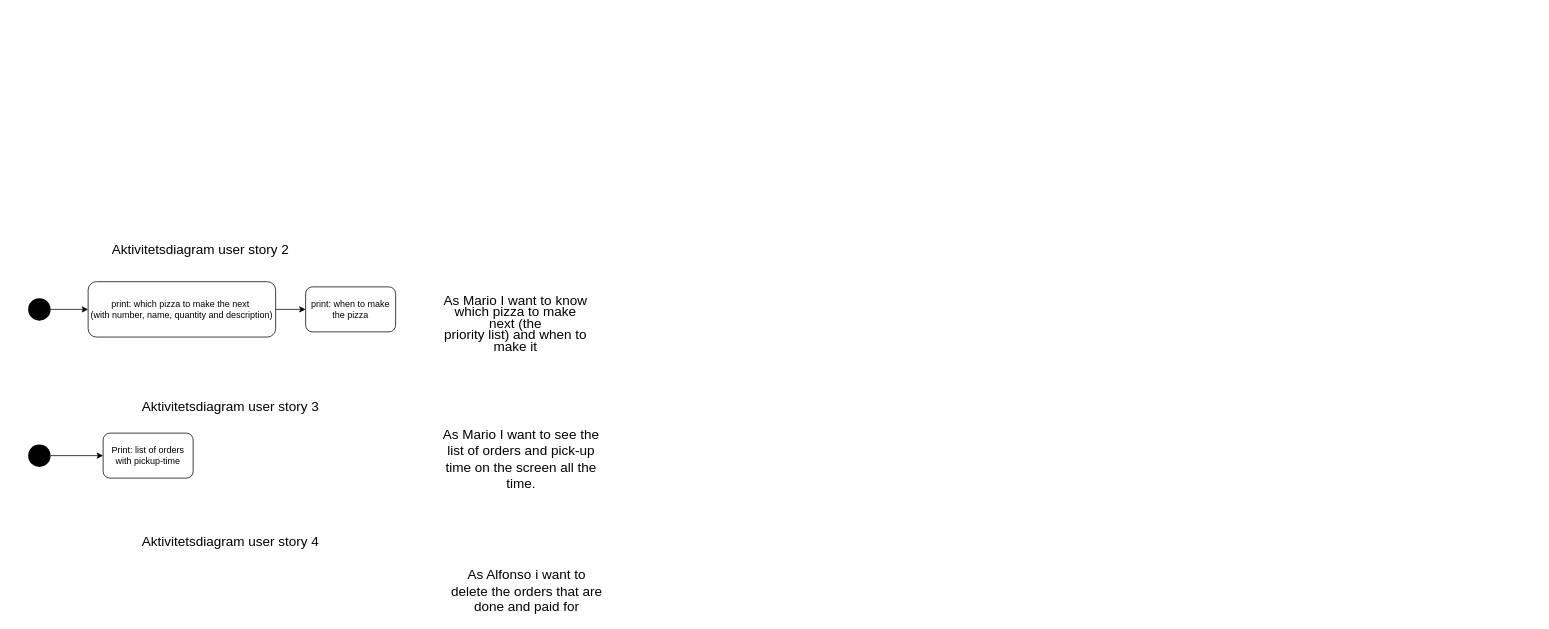
This is Aktivetetsdiagram user story 2.drawio from norskemarcus/MariosPizzaGruppe_file, a draw.io file, before an edit. Source tidied: cells renumbered, new cells numbered last; positions are measured from the earlier drawing's top-left corner, leaving out a move shared by most shapes. Both pictures are drawn from the tidied source at 75%, with x=0, y=0 at pixel (13, 238).
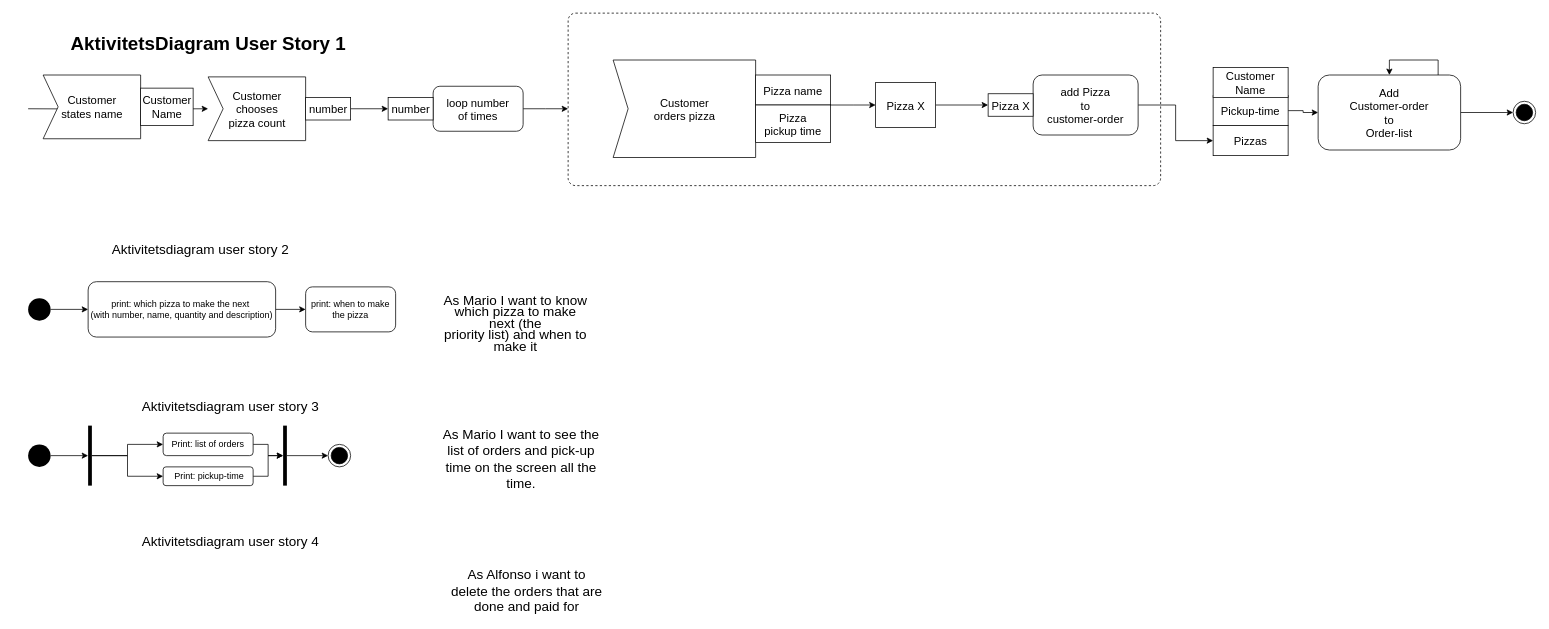
Above is the later version.

The change refers to these unchanged cells:
```xml
<mxCell id="11" style="ellipse;fillColor=#000000;strokeColor=none;" parent="1" vertex="1">
  <mxGeometry x="20" y="275" width="30" height="30" as="geometry" />
</mxCell>
```

Diff of the diagram source:
```diff
@@
+    <mxCell id="16" style="html=1;align=center;verticalAlign=top;rounded=1;absoluteArcSize=1;arcSize=20;dashed=1;fontSize=15;" parent="1" vertex="1">
+      <mxGeometry x="740" y="-300" width="790" height="230" as="geometry" />
+    </mxCell>
@@
-    <mxCell id="10" style="edgeStyle=orthogonalEdgeStyle;rounded=0;jettySize=auto;html=1;" parent="1" edge="1" source="11" target="12">
-      <mxGeometry relative="1" as="geometry" />
-    </mxCell>
+    <mxCell id="17" style="edgeStyle=orthogonalEdgeStyle;rounded=0;jettySize=auto;html=1;" parent="1" edge="1" source="11" target="49">
+      <mxGeometry relative="1" as="geometry" />
+    </mxCell>
@@
+    <mxCell id="18" style="edgeStyle=orthogonalEdgeStyle;rounded=0;jettySize=auto;html=1;" parent="1" edge="1" source="12" target="53">
+      <mxGeometry relative="1" as="geometry" />
+    </mxCell>
-    <mxCell id="12" value="Print: list of orders with pickup-time" style="rounded=1;whiteSpace=wrap;html=1;" parent="1" vertex="1">
-      <mxGeometry x="120" y="260" width="120" height="60" as="geometry" />
+    <mxCell id="12" value="Print: list of orders" style="rounded=1;whiteSpace=wrap;html=1;" parent="1" vertex="1">
+      <mxGeometry x="200" y="260" width="120" height="30" as="geometry" />
     </mxCell>
@@
+    <mxCell id="19" style="edgeStyle=orthogonalEdgeStyle;rounded=0;jettySize=auto;html=1;fontSize=15;" parent="1" edge="1" target="30">
+      <mxGeometry relative="1" as="geometry">
+        <mxPoint x="20" y="-172.5" as="sourcePoint" />
+      </mxGeometry>
+    </mxCell>
+    <mxCell id="20" value="Customer &lt;br style=&quot;font-size: 15px;&quot;&gt;orders pizza" style="html=1;shape=mxgraph.infographic.ribbonSimple;notch1=20;notch2=0;align=center;verticalAlign=middle;fontSize=15;fontStyle=0;fillColor=#FFFFFF;horizontal=1;" parent="1" vertex="1">
+      <mxGeometry x="800" y="-237.5" width="190" height="130" as="geometry" />
+    </mxCell>
+    <mxCell id="21" style="edgeStyle=orthogonalEdgeStyle;rounded=0;jettySize=auto;html=1;horizontal=1;fontSize=15;" parent="1" edge="1" source="23">
+      <mxGeometry relative="1" as="geometry">
+        <mxPoint x="1150" y="-177.5" as="targetPoint" />
+        <Array as="points">
+          <mxPoint x="1120" y="-177.5" />
+          <mxPoint x="1120" y="-177.5" />
+        </Array>
+      </mxGeometry>
+    </mxCell>
+    <mxCell id="22" style="edgeStyle=orthogonalEdgeStyle;rounded=0;jettySize=auto;html=1;horizontal=1;fontSize=15;" parent="1" edge="1" source="23" target="26">
+      <mxGeometry relative="1" as="geometry" />
+    </mxCell>
+    <mxCell id="23" value="Pizza name" style="whiteSpace=wrap;html=1;fontSize=15;fillColor=#FFFFFF;fontStyle=0;horizontal=1;" parent="1" vertex="1">
+      <mxGeometry x="990" y="-217.5" width="100" height="40" as="geometry" />
+    </mxCell>
+    <mxCell id="24" style="edgeStyle=orthogonalEdgeStyle;rounded=0;jettySize=auto;html=1;fontSize=15;entryX=0;entryY=0.5;entryDx=0;entryDy=0;" parent="1" edge="1" source="25" target="37">
+      <mxGeometry relative="1" as="geometry" />
+    </mxCell>
+    <mxCell id="25" value="add Pizza&lt;br style=&quot;font-size: 15px&quot;&gt;to &lt;br&gt;customer-order" style="rounded=1;whiteSpace=wrap;html=1;fontSize=15;fillColor=#FFFFFF;fontStyle=0;horizontal=1;" parent="1" vertex="1">
+      <mxGeometry x="1360" y="-217.5" width="140" height="80" as="geometry" />
+    </mxCell>
+    <mxCell id="26" value="Pizza&lt;br style=&quot;font-size: 15px;&quot;&gt;pickup time" style="whiteSpace=wrap;html=1;fontSize=15;fillColor=#FFFFFF;fontStyle=0;horizontal=1;" parent="1" vertex="1">
+      <mxGeometry x="990" y="-177.5" width="100" height="50" as="geometry" />
+    </mxCell>
+    <mxCell id="27" style="edgeStyle=orthogonalEdgeStyle;rounded=0;jettySize=auto;html=1;horizontal=1;fontSize=15;" parent="1" edge="1" source="28" target="29">
+      <mxGeometry relative="1" as="geometry" />
+    </mxCell>
+    <mxCell id="28" value="Pizza X" style="text;html=1;align=center;verticalAlign=middle;dashed=0;fillColor=#ffffff;strokeColor=#000000;horizontal=1;fontSize=15;" parent="1" vertex="1">
+      <mxGeometry x="1150" y="-207.5" width="80" height="60" as="geometry" />
+    </mxCell>
+    <mxCell id="29" value="Pizza X" style="text;html=1;align=center;verticalAlign=middle;dashed=0;fillColor=#ffffff;strokeColor=#000000;fontSize=15;" parent="1" vertex="1">
+      <mxGeometry x="1300" y="-192.5" width="60" height="30" as="geometry" />
+    </mxCell>
+    <mxCell id="30" value="Customer &lt;br style=&quot;font-size: 15px&quot;&gt;chooses&lt;br&gt;pizza count" style="html=1;shape=mxgraph.infographic.ribbonSimple;notch1=20;notch2=0;align=center;verticalAlign=middle;fontSize=15;fontStyle=0;fillColor=#FFFFFF;horizontal=1;" parent="1" vertex="1">
+      <mxGeometry x="260" y="-215" width="130" height="85" as="geometry" />
+    </mxCell>
+    <mxCell id="31" style="edgeStyle=orthogonalEdgeStyle;rounded=0;jettySize=auto;html=1;fontSize=15;" parent="1" edge="1" source="32" target="35">
+      <mxGeometry relative="1" as="geometry" />
+    </mxCell>
+    <mxCell id="32" value="number" style="text;html=1;align=center;verticalAlign=middle;dashed=0;fillColor=#ffffff;strokeColor=#000000;fontSize=15;" parent="1" vertex="1">
+      <mxGeometry x="390" y="-187.5" width="60" height="30" as="geometry" />
+    </mxCell>
+    <mxCell id="33" style="edgeStyle=orthogonalEdgeStyle;rounded=0;jettySize=auto;html=1;fontSize=15;" parent="1" edge="1" source="34">
+      <mxGeometry relative="1" as="geometry">
+        <mxPoint x="740" y="-172.5" as="targetPoint" />
+      </mxGeometry>
+    </mxCell>
+    <mxCell id="34" value="loop number&lt;br&gt;of times" style="rounded=1;whiteSpace=wrap;html=1;fontSize=15;fillColor=#ffffff;strokeColor=#000000;gradientColor=none;dashed=0;" parent="1" vertex="1">
+      <mxGeometry x="560" y="-202.5" width="120" height="60" as="geometry" />
+    </mxCell>
+    <mxCell id="35" value="number" style="text;html=1;align=center;verticalAlign=middle;dashed=0;fillColor=#ffffff;strokeColor=#000000;fontSize=15;" parent="1" vertex="1">
+      <mxGeometry x="500" y="-187.5" width="60" height="30" as="geometry" />
+    </mxCell>
+    <mxCell id="36" style="edgeStyle=orthogonalEdgeStyle;rounded=0;jettySize=auto;html=1;fontSize=15;" parent="1" edge="1" target="42">
+      <mxGeometry relative="1" as="geometry">
+        <mxPoint x="1920" y="-177.5" as="sourcePoint" />
+      </mxGeometry>
+    </mxCell>
+    <mxCell id="37" value="Pizzas" style="rounded=0;whiteSpace=wrap;html=1;labelBackgroundColor=none;fontSize=15;" parent="1" vertex="1">
+      <mxGeometry x="1600" y="-150" width="100" height="40" as="geometry" />
+    </mxCell>
+    <mxCell id="38" style="edgeStyle=orthogonalEdgeStyle;rounded=0;jettySize=auto;html=1;" parent="1" edge="1" source="39" target="42">
+      <mxGeometry relative="1" as="geometry" />
+    </mxCell>
+    <mxCell id="39" value="Pickup-time" style="rounded=0;whiteSpace=wrap;html=1;labelBackgroundColor=none;fontSize=15;" parent="1" vertex="1">
+      <mxGeometry x="1600" y="-190" width="100" height="40" as="geometry" />
+    </mxCell>
+    <mxCell id="40" value="Customer&lt;br&gt;Name" style="rounded=0;whiteSpace=wrap;html=1;labelBackgroundColor=none;fontSize=15;" parent="1" vertex="1">
+      <mxGeometry x="1600" y="-227.5" width="100" height="40" as="geometry" />
+    </mxCell>
+    <mxCell id="41" style="edgeStyle=orthogonalEdgeStyle;rounded=0;jettySize=auto;html=1;fontSize=15;" parent="1" edge="1" source="42" target="45">
+      <mxGeometry relative="1" as="geometry" />
+    </mxCell>
+    <mxCell id="42" value="Add&lt;br&gt;Customer-order&lt;br&gt;to&lt;br&gt;Order-list" style="rounded=1;whiteSpace=wrap;html=1;labelBackgroundColor=none;fontSize=15;" parent="1" vertex="1">
+      <mxGeometry x="1740" y="-217.5" width="190" height="100" as="geometry" />
+    </mxCell>
+    <mxCell id="43" value="Customer &lt;br style=&quot;font-size: 15px&quot;&gt;states name" style="html=1;shape=mxgraph.infographic.ribbonSimple;notch1=20;notch2=0;align=center;verticalAlign=middle;fontSize=15;fontStyle=0;fillColor=#FFFFFF;horizontal=1;" parent="1" vertex="1">
+      <mxGeometry x="40" y="-217.5" width="130" height="85" as="geometry" />
+    </mxCell>
+    <mxCell id="44" value="Customer&lt;br&gt;Name" style="text;html=1;align=center;verticalAlign=middle;dashed=0;fillColor=#ffffff;strokeColor=#000000;fontSize=15;" parent="1" vertex="1">
+      <mxGeometry x="170" y="-200" width="70" height="50" as="geometry" />
+    </mxCell>
+    <mxCell id="45" style="ellipse;html=1;shape=endState;fillColor=#000000;strokeColor=#000000;labelBackgroundColor=none;fontSize=15;" parent="1" vertex="1">
+      <mxGeometry x="2000" y="-182.5" width="30" height="30" as="geometry" />
+    </mxCell>
+    <mxCell id="46" value="AktivitetsDiagram User Story 1" style="text;html=1;align=center;verticalAlign=middle;strokeColor=none;fillColor=none;fontSize=25;fontStyle=1;" parent="1" vertex="1">
+      <mxGeometry x="70" y="-280" width="380" height="40" as="geometry" />
+    </mxCell>
+    <mxCell id="47" style="edgeStyle=orthogonalEdgeStyle;rounded=0;jettySize=auto;html=1;" parent="1" edge="1" source="49" target="12">
+      <mxGeometry relative="1" as="geometry" />
+    </mxCell>
+    <mxCell id="48" style="edgeStyle=orthogonalEdgeStyle;rounded=0;jettySize=auto;html=1;" parent="1" edge="1" source="49" target="51">
+      <mxGeometry relative="1" as="geometry" />
+    </mxCell>
+    <mxCell id="49" style="html=1;points=[];perimeter=orthogonalPerimeter;fillColor=#000000;strokeColor=none;" parent="1" vertex="1">
+      <mxGeometry x="100" y="250" width="5" height="80" as="geometry" />
+    </mxCell>
+    <mxCell id="50" style="edgeStyle=orthogonalEdgeStyle;rounded=0;jettySize=auto;html=1;" parent="1" edge="1" source="51" target="53">
+      <mxGeometry relative="1" as="geometry" />
+    </mxCell>
+    <mxCell id="51" value="&lt;span&gt;&amp;nbsp;Print: pickup-time&lt;/span&gt;" style="rounded=1;whiteSpace=wrap;html=1;" parent="1" vertex="1">
+      <mxGeometry x="200" y="305" width="120" height="25" as="geometry" />
+    </mxCell>
+    <mxCell id="52" style="edgeStyle=orthogonalEdgeStyle;rounded=0;jettySize=auto;html=1;" parent="1" edge="1" source="53" target="54">
+      <mxGeometry relative="1" as="geometry" />
+    </mxCell>
+    <mxCell id="53" style="html=1;points=[];perimeter=orthogonalPerimeter;fillColor=#000000;strokeColor=none;" parent="1" vertex="1">
+      <mxGeometry x="360" y="250" width="5" height="80" as="geometry" />
+    </mxCell>
+    <mxCell id="54" style="ellipse;html=1;shape=endState;fillColor=#000000;strokeColor=#000000;" parent="1" vertex="1">
+      <mxGeometry x="420" y="275" width="30" height="30" as="geometry" />
+    </mxCell>
```
